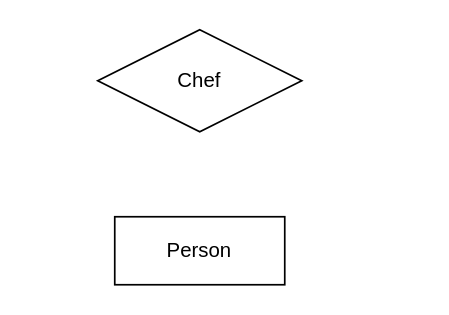
Earlier version of the draw.io diagram recursive.drawio (Ingelisun/ERmodels). Source tidied: cells renumbered, new cells numbered last; positions are measured from the earlier drawing's top-left corner, leaving out a move shared by most shapes. Both pictures are drawn from the tidied source at 170%, with x=0, y=0 at pixel (97, 29).
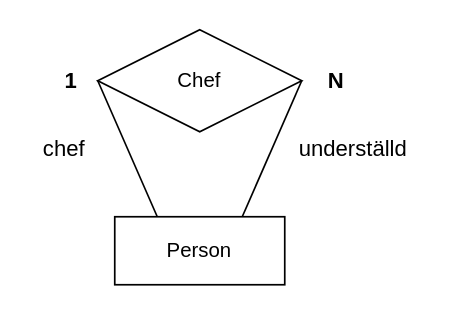
The same page after the edit.

The edit, as a diff of the source:
```diff
@@
 <mxGraphModel>
   <root>
     <mxCell id="0" />
     <mxCell id="1" parent="0" />
     <mxCell id="2" value="Person" style="whiteSpace=wrap;html=1;align=center;" parent="1" vertex="1">
       <mxGeometry x="10" y="110" width="100" height="40" as="geometry" />
     </mxCell>
     <mxCell id="3" value="Chef" style="shape=rhombus;perimeter=rhombusPerimeter;whiteSpace=wrap;html=1;align=center;" parent="1" vertex="1">
       <mxGeometry width="120" height="60" as="geometry" />
     </mxCell>
+    <mxCell id="4" style="endArrow=none;html=1;rounded=0;exitX=0;exitY=0.5;exitDx=0;exitDy=0;entryX=0.25;entryY=0;entryDx=0;entryDy=0;" parent="1" edge="1" source="3" target="2">
+      <mxGeometry relative="1" as="geometry" />
+    </mxCell>
+    <mxCell id="5" style="endArrow=none;html=1;rounded=0;entryX=1;entryY=0.5;entryDx=0;entryDy=0;exitX=0.75;exitY=0;exitDx=0;exitDy=0;" parent="1" edge="1" source="2" target="3">
+      <mxGeometry relative="1" as="geometry" />
+    </mxCell>
+    <mxCell id="6" value="&lt;font style=&quot;font-size: 13px&quot;&gt;&lt;b style=&quot;font-size: 13px&quot;&gt;1&lt;/b&gt;&lt;/font&gt;" style="text;html=1;align=center;verticalAlign=middle;fillColor=none;strokeColor=none;rounded=0;fontSize=13;" parent="1" vertex="1">
+      <mxGeometry x="-26" y="20" width="20" height="20" as="geometry" />
+    </mxCell>
+    <mxCell id="7" value="&lt;font style=&quot;font-size: 13px;&quot;&gt;&lt;b style=&quot;font-size: 13px;&quot;&gt;N&lt;/b&gt;&lt;/font&gt;" style="text;html=1;align=center;verticalAlign=middle;fillColor=none;strokeColor=none;rounded=0;fontSize=13;" parent="1" vertex="1">
+      <mxGeometry x="130" y="20" width="20" height="20" as="geometry" />
+    </mxCell>
+    <mxCell id="8" value="&lt;font style=&quot;font-size: 13px&quot;&gt;&lt;span style=&quot;font-size: 13px&quot;&gt;chef&lt;/span&gt;&lt;/font&gt;" style="text;html=1;align=center;verticalAlign=middle;fillColor=none;strokeColor=none;rounded=0;fontSize=13;" parent="1" vertex="1">
+      <mxGeometry x="-40" y="60" width="40" height="20" as="geometry" />
+    </mxCell>
+    <mxCell id="9" value="underställd" style="text;html=1;align=center;verticalAlign=middle;fillColor=none;strokeColor=none;rounded=0;fontSize=13;" parent="1" vertex="1">
+      <mxGeometry x="110" y="60" width="80" height="20" as="geometry" />
+    </mxCell>
   </root>
 </mxGraphModel>
```
